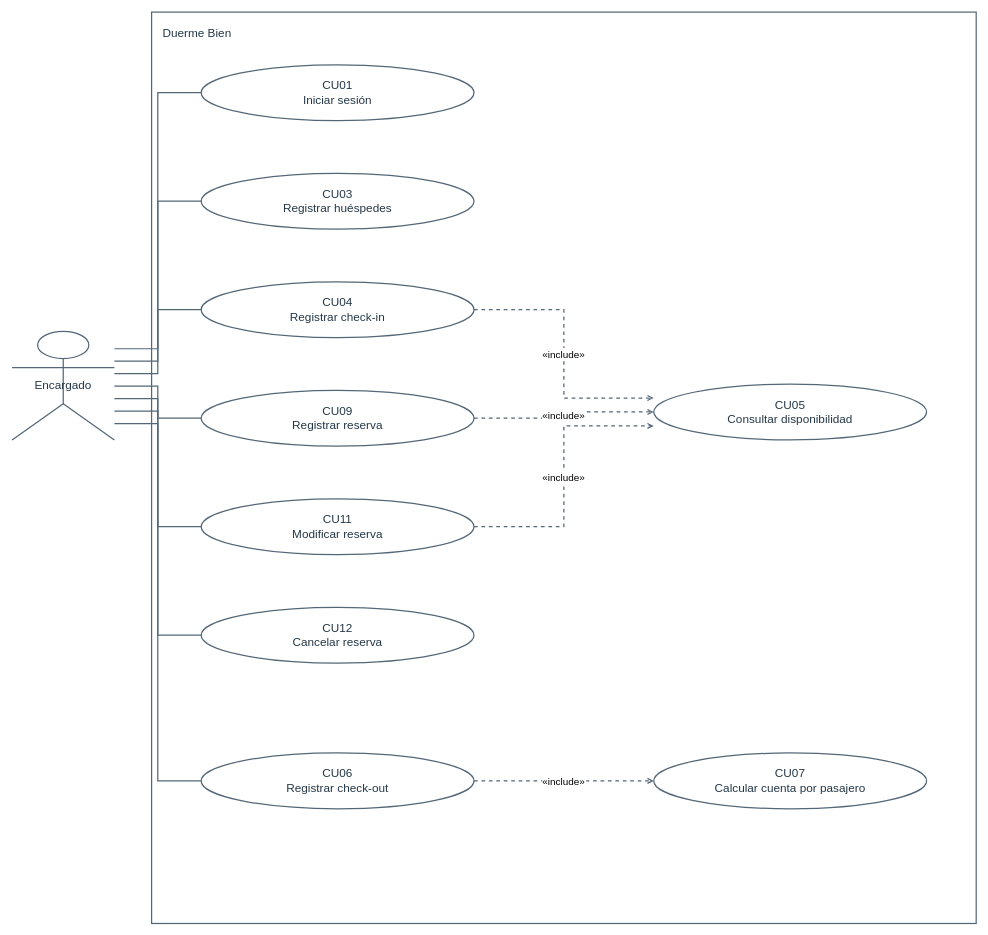
The draw.io diagram diagramas-editables/casos-de-uso.drawio in Yutre3/hotel-duerme-bien, before the edit. Source tidied: cells renumbered, new cells numbered last; positions are measured from the earlier drawing's top-left corner, leaving out a move shared by most shapes. Both pictures are drawn from the tidied source at 62%, with x=0, y=0 at pixel (12, 12).
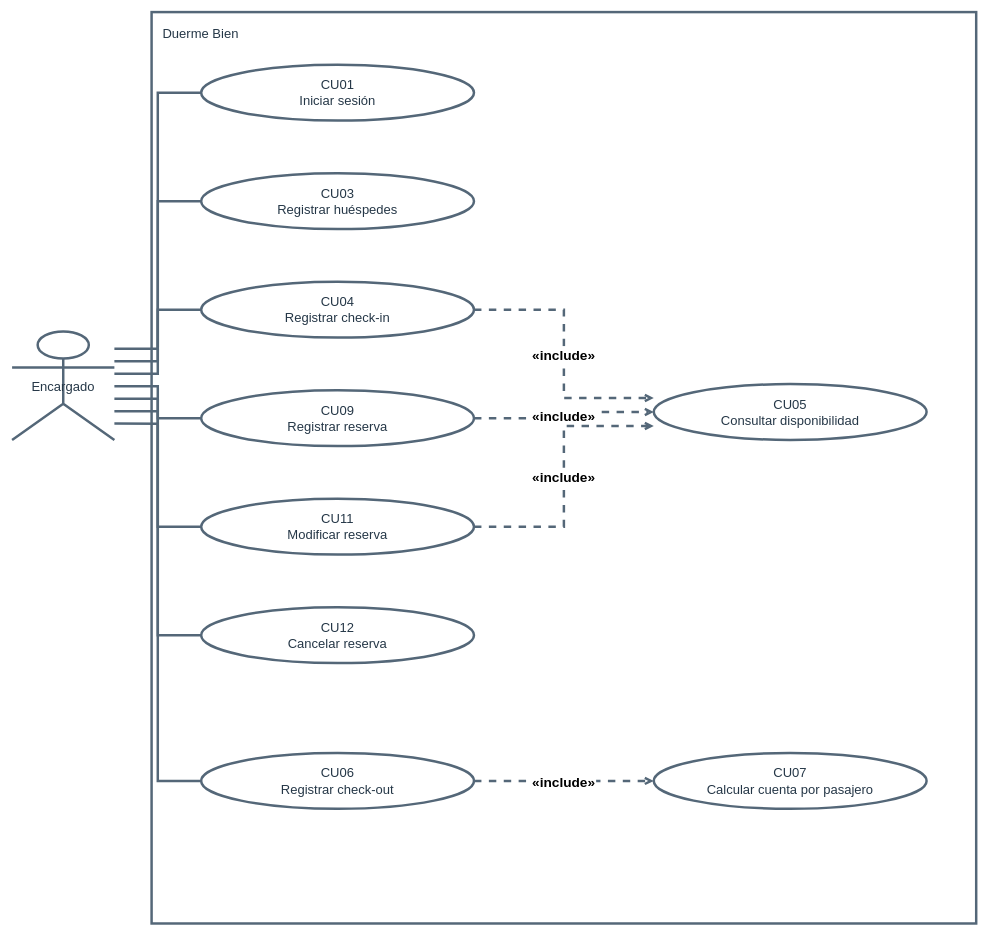
After the change.

Diff of the diagram source:
```diff
@@
-    <mxCell id="2" value="Duerme Bien" style="rounded=0;verticalAlign=top;align=left;spacing=18;html=0;whiteSpace=wrap;strokeColor=#546778;strokeWidth=2;fillColor=#ffffff;fontColor=#253747;fontSize=19;" parent="1" vertex="1">
+    <mxCell id="2" value="Duerme Bien" style="rounded=0;verticalAlign=top;align=left;spacing=18;html=0;whiteSpace=wrap;strokeColor=#546778;strokeWidth=4;fillColor=#ffffff;fontColor=#253747;fontSize=21;" parent="1" vertex="1">
       <mxGeometry x="225" width="1330" height="1470" as="geometry" />
     </mxCell>
-    <mxCell id="3" value="Encargado" style="shape=umlActor;html=0;whiteSpace=wrap;strokeColor=#546778;strokeWidth=2;fillColor=#ffffff;fontColor=#253747;fontSize=19;" parent="1" vertex="1">
+    <mxCell id="3" value="Encargado" style="shape=umlActor;html=0;whiteSpace=wrap;strokeColor=#546778;strokeWidth=4;fillColor=#ffffff;fontColor=#253747;fontSize=21;" parent="1" vertex="1">
       <mxGeometry y="515" width="165" height="175" as="geometry" />
     </mxCell>
-    <mxCell id="4" value="CU01&#10;Iniciar sesión" style="ellipse;html=0;whiteSpace=wrap;strokeColor=#546778;strokeWidth=2;fillColor=#ffffff;fontColor=#253747;fontSize=19;" parent="1" vertex="1">
+    <mxCell id="4" value="CU01&#10;Iniciar sesión" style="ellipse;html=0;whiteSpace=wrap;strokeColor=#546778;strokeWidth=4;fillColor=#ffffff;fontColor=#253747;fontSize=21;" parent="1" vertex="1">
       <mxGeometry x="305" y="85" width="440" height="90" as="geometry" />
     </mxCell>
-    <mxCell id="5" value="CU03&#10;Registrar huéspedes" style="ellipse;html=0;whiteSpace=wrap;strokeColor=#546778;strokeWidth=2;fillColor=#ffffff;fontColor=#253747;fontSize=19;" parent="1" vertex="1">
+    <mxCell id="5" value="CU03&#10;Registrar huéspedes" style="ellipse;html=0;whiteSpace=wrap;strokeColor=#546778;strokeWidth=4;fillColor=#ffffff;fontColor=#253747;fontSize=21;" parent="1" vertex="1">
       <mxGeometry x="305" y="260" width="440" height="90" as="geometry" />
     </mxCell>
-    <mxCell id="6" value="CU04&#10;Registrar check-in" style="ellipse;html=0;whiteSpace=wrap;strokeColor=#546778;strokeWidth=2;fillColor=#ffffff;fontColor=#253747;fontSize=19;" parent="1" vertex="1">
+    <mxCell id="6" value="CU04&#10;Registrar check-in" style="ellipse;html=0;whiteSpace=wrap;strokeColor=#546778;strokeWidth=4;fillColor=#ffffff;fontColor=#253747;fontSize=21;" parent="1" vertex="1">
       <mxGeometry x="305" y="435" width="440" height="90" as="geometry" />
     </mxCell>
-    <mxCell id="7" value="CU09&#10;Registrar reserva" style="ellipse;html=0;whiteSpace=wrap;strokeColor=#546778;strokeWidth=2;fillColor=#ffffff;fontColor=#253747;fontSize=19;" parent="1" vertex="1">
+    <mxCell id="7" value="CU09&#10;Registrar reserva" style="ellipse;html=0;whiteSpace=wrap;strokeColor=#546778;strokeWidth=4;fillColor=#ffffff;fontColor=#253747;fontSize=21;" parent="1" vertex="1">
       <mxGeometry x="305" y="610" width="440" height="90" as="geometry" />
     </mxCell>
-    <mxCell id="8" value="CU11&#10;Modificar reserva" style="ellipse;html=0;whiteSpace=wrap;strokeColor=#546778;strokeWidth=2;fillColor=#ffffff;fontColor=#253747;fontSize=19;" parent="1" vertex="1">
+    <mxCell id="8" value="CU11&#10;Modificar reserva" style="ellipse;html=0;whiteSpace=wrap;strokeColor=#546778;strokeWidth=4;fillColor=#ffffff;fontColor=#253747;fontSize=21;" parent="1" vertex="1">
       <mxGeometry x="305" y="785" width="440" height="90" as="geometry" />
     </mxCell>
-    <mxCell id="9" value="CU12&#10;Cancelar reserva" style="ellipse;html=0;whiteSpace=wrap;strokeColor=#546778;strokeWidth=2;fillColor=#ffffff;fontColor=#253747;fontSize=19;" parent="1" vertex="1">
+    <mxCell id="9" value="CU12&#10;Cancelar reserva" style="ellipse;html=0;whiteSpace=wrap;strokeColor=#546778;strokeWidth=4;fillColor=#ffffff;fontColor=#253747;fontSize=21;" parent="1" vertex="1">
       <mxGeometry x="305" y="960" width="440" height="90" as="geometry" />
     </mxCell>
-    <mxCell id="10" value="CU06&#10;Registrar check-out" style="ellipse;html=0;whiteSpace=wrap;strokeColor=#546778;strokeWidth=2;fillColor=#ffffff;fontColor=#253747;fontSize=19;" parent="1" vertex="1">
+    <mxCell id="10" value="CU06&#10;Registrar check-out" style="ellipse;html=0;whiteSpace=wrap;strokeColor=#546778;strokeWidth=4;fillColor=#ffffff;fontColor=#253747;fontSize=21;" parent="1" vertex="1">
       <mxGeometry x="305" y="1195" width="440" height="90" as="geometry" />
     </mxCell>
-    <mxCell id="11" value="CU05&#10;Consultar disponibilidad" style="ellipse;html=0;whiteSpace=wrap;strokeColor=#546778;strokeWidth=2;fillColor=#ffffff;fontColor=#253747;fontSize=19;" parent="1" vertex="1">
+    <mxCell id="11" value="CU05&#10;Consultar disponibilidad" style="ellipse;html=0;whiteSpace=wrap;strokeColor=#546778;strokeWidth=4;fillColor=#ffffff;fontColor=#253747;fontSize=21;" parent="1" vertex="1">
       <mxGeometry x="1035" y="600" width="440" height="90" as="geometry" />
     </mxCell>
-    <mxCell id="12" value="CU07&#10;Calcular cuenta por pasajero" style="ellipse;html=0;whiteSpace=wrap;strokeColor=#546778;strokeWidth=2;fillColor=#ffffff;fontColor=#253747;fontSize=19;" parent="1" vertex="1">
+    <mxCell id="12" value="CU07&#10;Calcular cuenta por pasajero" style="ellipse;html=0;whiteSpace=wrap;strokeColor=#546778;strokeWidth=4;fillColor=#ffffff;fontColor=#253747;fontSize=21;" parent="1" vertex="1">
       <mxGeometry x="1035" y="1195" width="440" height="90" as="geometry" />
     </mxCell>
-    <mxCell id="13" style="html=0;edgeStyle=orthogonalEdgeStyle;jettySize=24;rounded=0;strokeWidth=2;strokeColor=#546778;fontSize=16;endArrow=none;endFill=0;startArrow=none;startFill=0;exitX=1;exitY=0.16;exitPerimeter=0;entryX=0;entryY=0.5;entryPerimeter=0;" parent="1" edge="1" source="3" target="4">
+    <mxCell id="13" style="html=0;edgeStyle=orthogonalEdgeStyle;jettySize=32;rounded=0;strokeWidth=4;strokeColor=#546778;fontSize=22;fontStyle=1;endArrow=none;endFill=0;startArrow=none;startFill=0;exitX=1;exitY=0.16;exitPerimeter=0;entryX=0;entryY=0.5;entryPerimeter=0;" parent="1" edge="1" source="3" target="4">
       <mxGeometry relative="1" as="geometry" />
     </mxCell>
-    <mxCell id="14" style="html=0;edgeStyle=orthogonalEdgeStyle;jettySize=24;rounded=0;strokeWidth=2;strokeColor=#546778;fontSize=16;endArrow=none;endFill=0;startArrow=none;startFill=0;exitX=1;exitY=0.275;exitPerimeter=0;entryX=0;entryY=0.5;entryPerimeter=0;" parent="1" edge="1" source="3" target="5">
+    <mxCell id="14" style="html=0;edgeStyle=orthogonalEdgeStyle;jettySize=32;rounded=0;strokeWidth=4;strokeColor=#546778;fontSize=22;fontStyle=1;endArrow=none;endFill=0;startArrow=none;startFill=0;exitX=1;exitY=0.275;exitPerimeter=0;entryX=0;entryY=0.5;entryPerimeter=0;" parent="1" edge="1" source="3" target="5">
       <mxGeometry relative="1" as="geometry" />
     </mxCell>
-    <mxCell id="15" style="html=0;edgeStyle=orthogonalEdgeStyle;jettySize=24;rounded=0;strokeWidth=2;strokeColor=#546778;fontSize=16;endArrow=none;endFill=0;startArrow=none;startFill=0;exitX=1;exitY=0.39;exitPerimeter=0;entryX=0;entryY=0.5;entryPerimeter=0;" parent="1" edge="1" source="3" target="6">
+    <mxCell id="15" style="html=0;edgeStyle=orthogonalEdgeStyle;jettySize=32;rounded=0;strokeWidth=4;strokeColor=#546778;fontSize=22;fontStyle=1;endArrow=none;endFill=0;startArrow=none;startFill=0;exitX=1;exitY=0.39;exitPerimeter=0;entryX=0;entryY=0.5;entryPerimeter=0;" parent="1" edge="1" source="3" target="6">
       <mxGeometry relative="1" as="geometry" />
     </mxCell>
-    <mxCell id="16" style="html=0;edgeStyle=orthogonalEdgeStyle;jettySize=24;rounded=0;strokeWidth=2;strokeColor=#546778;fontSize=16;endArrow=none;endFill=0;startArrow=none;startFill=0;exitX=1;exitY=0.505;exitPerimeter=0;entryX=0;entryY=0.5;entryPerimeter=0;" parent="1" edge="1" source="3" target="7">
+    <mxCell id="16" style="html=0;edgeStyle=orthogonalEdgeStyle;jettySize=32;rounded=0;strokeWidth=4;strokeColor=#546778;fontSize=22;fontStyle=1;endArrow=none;endFill=0;startArrow=none;startFill=0;exitX=1;exitY=0.505;exitPerimeter=0;entryX=0;entryY=0.5;entryPerimeter=0;" parent="1" edge="1" source="3" target="7">
       <mxGeometry relative="1" as="geometry" />
     </mxCell>
-    <mxCell id="17" style="html=0;edgeStyle=orthogonalEdgeStyle;jettySize=24;rounded=0;strokeWidth=2;strokeColor=#546778;fontSize=16;endArrow=none;endFill=0;startArrow=none;startFill=0;exitX=1;exitY=0.62;exitPerimeter=0;entryX=0;entryY=0.5;entryPerimeter=0;" parent="1" edge="1" source="3" target="8">
+    <mxCell id="17" style="html=0;edgeStyle=orthogonalEdgeStyle;jettySize=32;rounded=0;strokeWidth=4;strokeColor=#546778;fontSize=22;fontStyle=1;endArrow=none;endFill=0;startArrow=none;startFill=0;exitX=1;exitY=0.62;exitPerimeter=0;entryX=0;entryY=0.5;entryPerimeter=0;" parent="1" edge="1" source="3" target="8">
       <mxGeometry relative="1" as="geometry" />
     </mxCell>
-    <mxCell id="18" style="html=0;edgeStyle=orthogonalEdgeStyle;jettySize=24;rounded=0;strokeWidth=2;strokeColor=#546778;fontSize=16;endArrow=none;endFill=0;startArrow=none;startFill=0;exitX=1;exitY=0.7350000000000001;exitPerimeter=0;entryX=0;entryY=0.5;entryPerimeter=0;" parent="1" edge="1" source="3" target="9">
+    <mxCell id="18" style="html=0;edgeStyle=orthogonalEdgeStyle;jettySize=32;rounded=0;strokeWidth=4;strokeColor=#546778;fontSize=22;fontStyle=1;endArrow=none;endFill=0;startArrow=none;startFill=0;exitX=1;exitY=0.7350000000000001;exitPerimeter=0;entryX=0;entryY=0.5;entryPerimeter=0;" parent="1" edge="1" source="3" target="9">
       <mxGeometry relative="1" as="geometry" />
     </mxCell>
-    <mxCell id="19" style="html=0;edgeStyle=orthogonalEdgeStyle;jettySize=24;rounded=0;strokeWidth=2;strokeColor=#546778;fontSize=16;endArrow=none;endFill=0;startArrow=none;startFill=0;exitX=1;exitY=0.8500000000000001;exitPerimeter=0;entryX=0;entryY=0.5;entryPerimeter=0;" parent="1" edge="1" source="3" target="10">
+    <mxCell id="19" style="html=0;edgeStyle=orthogonalEdgeStyle;jettySize=32;rounded=0;strokeWidth=4;strokeColor=#546778;fontSize=22;fontStyle=1;endArrow=none;endFill=0;startArrow=none;startFill=0;exitX=1;exitY=0.8500000000000001;exitPerimeter=0;entryX=0;entryY=0.5;entryPerimeter=0;" parent="1" edge="1" source="3" target="10">
       <mxGeometry relative="1" as="geometry" />
     </mxCell>
-    <mxCell id="20" value="«include»" style="html=0;edgeStyle=orthogonalEdgeStyle;jettySize=24;rounded=0;strokeWidth=2;strokeColor=#546778;fontSize=16;endArrow=open;endFill=0;startArrow=none;startFill=0;exitX=1;exitY=0.5;exitPerimeter=0;entryX=0;entryY=0.25;entryPerimeter=0;dashed=1;" parent="1" edge="1" source="6" target="11">
+    <mxCell id="20" value="«include»" style="html=0;edgeStyle=orthogonalEdgeStyle;jettySize=32;rounded=0;strokeWidth=4;strokeColor=#546778;fontSize=22;fontStyle=1;endArrow=open;endFill=0;startArrow=none;startFill=0;exitX=1;exitY=0.5;exitPerimeter=0;entryX=0;entryY=0.25;entryPerimeter=0;dashed=1;" parent="1" edge="1" source="6" target="11">
       <mxGeometry relative="1" as="geometry" />
     </mxCell>
-    <mxCell id="21" value="«include»" style="html=0;edgeStyle=orthogonalEdgeStyle;jettySize=24;rounded=0;strokeWidth=2;strokeColor=#546778;fontSize=16;endArrow=open;endFill=0;startArrow=none;startFill=0;exitX=1;exitY=0.5;exitPerimeter=0;entryX=0;entryY=0.5;entryPerimeter=0;dashed=1;" parent="1" edge="1" source="7" target="11">
+    <mxCell id="21" value="«include»" style="html=0;edgeStyle=orthogonalEdgeStyle;jettySize=32;rounded=0;strokeWidth=4;strokeColor=#546778;fontSize=22;fontStyle=1;endArrow=open;endFill=0;startArrow=none;startFill=0;exitX=1;exitY=0.5;exitPerimeter=0;entryX=0;entryY=0.5;entryPerimeter=0;dashed=1;" parent="1" edge="1" source="7" target="11">
       <mxGeometry relative="1" as="geometry" />
     </mxCell>
-    <mxCell id="22" value="«include»" style="html=0;edgeStyle=orthogonalEdgeStyle;jettySize=24;rounded=0;strokeWidth=2;strokeColor=#546778;fontSize=16;endArrow=open;endFill=0;startArrow=none;startFill=0;exitX=1;exitY=0.5;exitPerimeter=0;entryX=0;entryY=0.75;entryPerimeter=0;dashed=1;" parent="1" edge="1" source="8" target="11">
+    <mxCell id="22" value="«include»" style="html=0;edgeStyle=orthogonalEdgeStyle;jettySize=32;rounded=0;strokeWidth=4;strokeColor=#546778;fontSize=22;fontStyle=1;endArrow=open;endFill=0;startArrow=none;startFill=0;exitX=1;exitY=0.5;exitPerimeter=0;entryX=0;entryY=0.75;entryPerimeter=0;dashed=1;" parent="1" edge="1" source="8" target="11">
       <mxGeometry relative="1" as="geometry" />
     </mxCell>
-    <mxCell id="23" value="«include»" style="html=0;edgeStyle=orthogonalEdgeStyle;jettySize=24;rounded=0;strokeWidth=2;strokeColor=#546778;fontSize=16;endArrow=open;endFill=0;startArrow=none;startFill=0;exitX=1;exitY=0.5;exitPerimeter=0;entryX=0;entryY=0.5;entryPerimeter=0;dashed=1;" parent="1" edge="1" source="10" target="12">
+    <mxCell id="23" value="«include»" style="html=0;edgeStyle=orthogonalEdgeStyle;jettySize=32;rounded=0;strokeWidth=4;strokeColor=#546778;fontSize=22;fontStyle=1;endArrow=open;endFill=0;startArrow=none;startFill=0;exitX=1;exitY=0.5;exitPerimeter=0;entryX=0;entryY=0.5;entryPerimeter=0;dashed=1;" parent="1" edge="1" source="10" target="12">
       <mxGeometry relative="1" as="geometry" />
     </mxCell>
```
